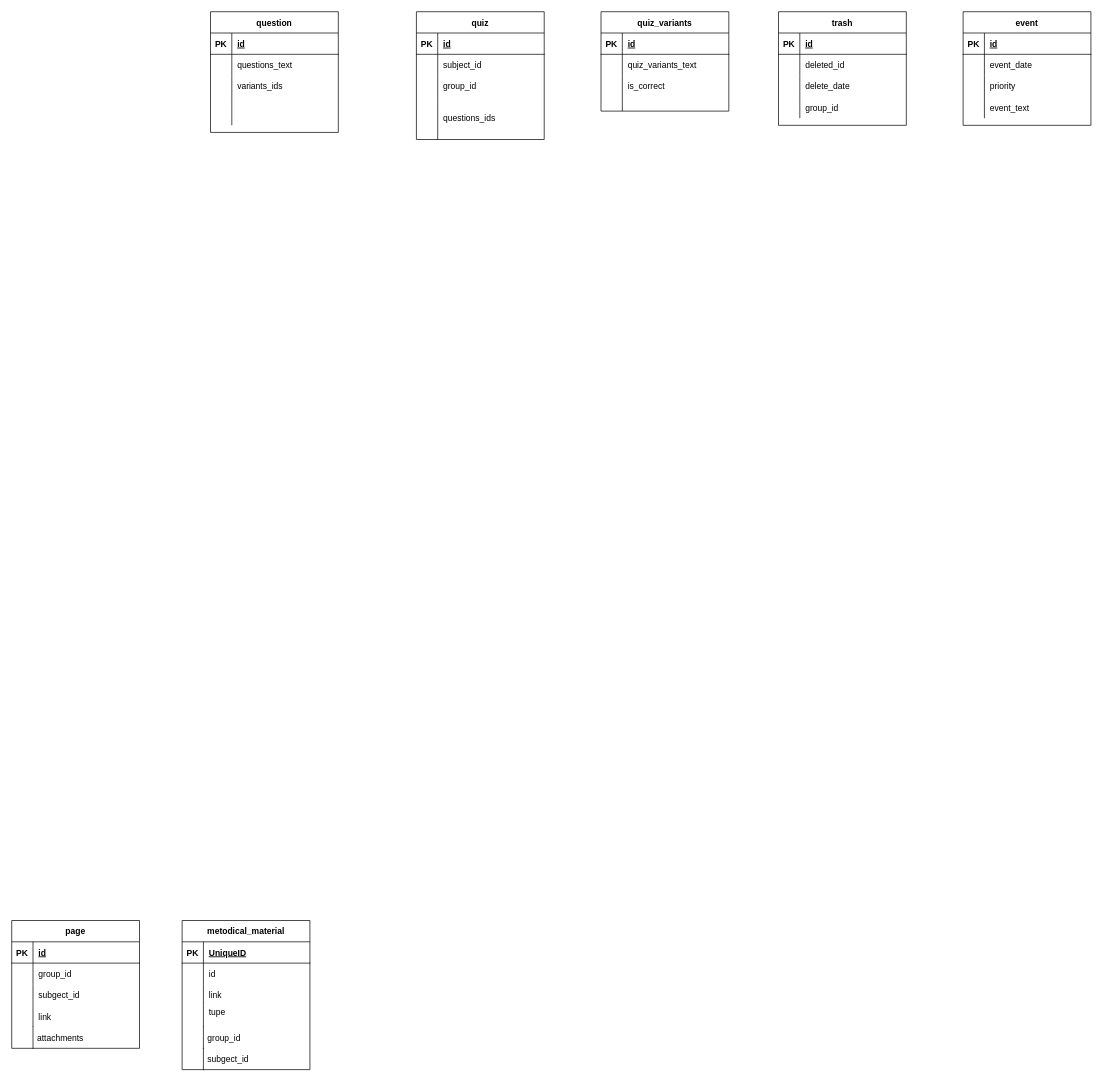
student-archive/backend keeps this draw.io diagram as Untitled Diagram.drawio. Above is the earlier version. Source tidied: cells renumbered, new cells numbered last; positions are measured from the earlier drawing's top-left corner, leaving out a move shared by most shapes. Both pictures are drawn from the tidied source at 71%, with x=0, y=0 at pixel (11, 11).
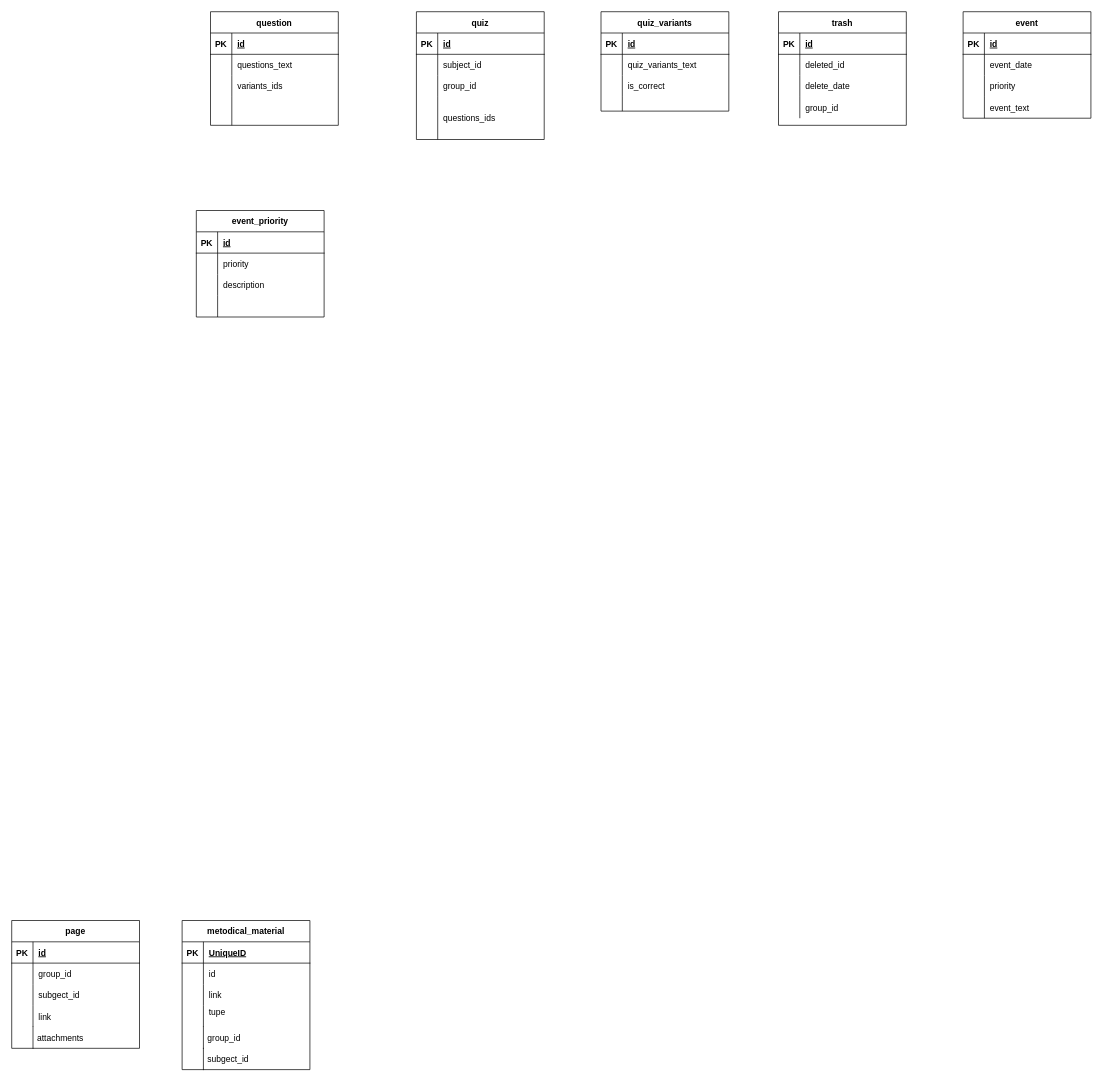
The same page after the edit.

Commit message:
feat(databases): add event_priority table

Diff of the diagram source:
```diff
@@
     <mxCell id="56" value="question" style="shape=table;startSize=30;childLayout=tableLayout;rowLines=0;fontStyle=1;align=center;" parent="1" vertex="1">
-      <mxGeometry x="280" width="180" height="170" as="geometry" />
+      <mxGeometry x="280" width="180" height="160" as="geometry" />
     </mxCell>
@@
     <mxCell id="84" value="event" style="shape=table;startSize=30;childLayout=tableLayout;rowLines=0;fontStyle=1;align=center;" parent="1" vertex="1">
-      <mxGeometry x="1340" width="180" height="160" as="geometry" />
+      <mxGeometry x="1340" width="180" height="150" as="geometry" />
     </mxCell>
@@
+    <mxCell id="99" value="event_priority" style="shape=table;startSize=30;childLayout=tableLayout;rowLines=0;fontStyle=1;align=center;" parent="1" vertex="1">
+      <mxGeometry x="260" y="280" width="180" height="150" as="geometry" />
+    </mxCell>
+    <mxCell id="100" style="shape=tableRow;horizontal=0;startSize=0;swimlaneHead=0;swimlaneBody=0;fillColor=none;top=0;left=0;right=0;bottom=1;" parent="99" vertex="1">
+      <mxGeometry y="30" width="180" height="30" as="geometry" />
+    </mxCell>
+    <mxCell id="101" value="PK" style="shape=partialRectangle;fillColor=none;top=0;left=0;bottom=0;right=0;fontStyle=1;overflow=hidden;" parent="100" vertex="1">
+      <mxGeometry width="30" height="30" as="geometry" />
+    </mxCell>
+    <mxCell id="102" value="id" style="shape=partialRectangle;fillColor=none;top=0;left=0;bottom=0;right=0;align=left;spacingLeft=6;fontStyle=5;overflow=hidden;" parent="100" vertex="1">
+      <mxGeometry x="30" width="150" height="30" as="geometry" />
+    </mxCell>
+    <mxCell id="103" style="shape=tableRow;horizontal=0;startSize=0;swimlaneHead=0;swimlaneBody=0;fillColor=none;top=0;left=0;right=0;bottom=0;" parent="99" vertex="1">
+      <mxGeometry y="60" width="180" height="30" as="geometry" />
+    </mxCell>
+    <mxCell id="104" style="shape=partialRectangle;fillColor=none;top=0;left=0;bottom=0;right=0;overflow=hidden;" parent="103" vertex="1">
+      <mxGeometry width="30" height="30" as="geometry" />
+    </mxCell>
+    <mxCell id="105" value="priority" style="shape=partialRectangle;fillColor=none;top=0;left=0;bottom=0;right=0;align=left;spacingLeft=6;overflow=hidden;" parent="103" vertex="1">
+      <mxGeometry x="30" width="150" height="30" as="geometry" />
+    </mxCell>
+    <mxCell id="106" style="shape=tableRow;horizontal=0;startSize=0;swimlaneHead=0;swimlaneBody=0;fillColor=none;top=0;left=0;right=0;bottom=0;" parent="99" vertex="1">
+      <mxGeometry y="90" width="180" height="30" as="geometry" />
+    </mxCell>
+    <mxCell id="107" style="shape=partialRectangle;fillColor=none;top=0;left=0;bottom=0;right=0;overflow=hidden;" parent="106" vertex="1">
+      <mxGeometry width="30" height="30" as="geometry" />
+    </mxCell>
+    <mxCell id="108" value="description" style="shape=partialRectangle;fillColor=none;top=0;left=0;bottom=0;right=0;align=left;spacingLeft=6;overflow=hidden;" parent="106" vertex="1">
+      <mxGeometry x="30" width="150" height="30" as="geometry" />
+    </mxCell>
+    <mxCell id="109" style="shape=tableRow;horizontal=0;startSize=0;swimlaneHead=0;swimlaneBody=0;fillColor=none;top=0;left=0;right=0;bottom=0;" parent="99" vertex="1">
+      <mxGeometry y="120" width="180" height="30" as="geometry" />
+    </mxCell>
+    <mxCell id="110" style="shape=partialRectangle;fillColor=none;top=0;left=0;bottom=0;right=0;overflow=hidden;" parent="109" vertex="1">
+      <mxGeometry width="30" height="30" as="geometry" />
+    </mxCell>
+    <mxCell id="111" style="shape=partialRectangle;fillColor=none;top=0;left=0;bottom=0;right=0;align=left;spacingLeft=6;overflow=hidden;" parent="109" vertex="1">
+      <mxGeometry x="30" width="150" height="30" as="geometry" />
+    </mxCell>
```
